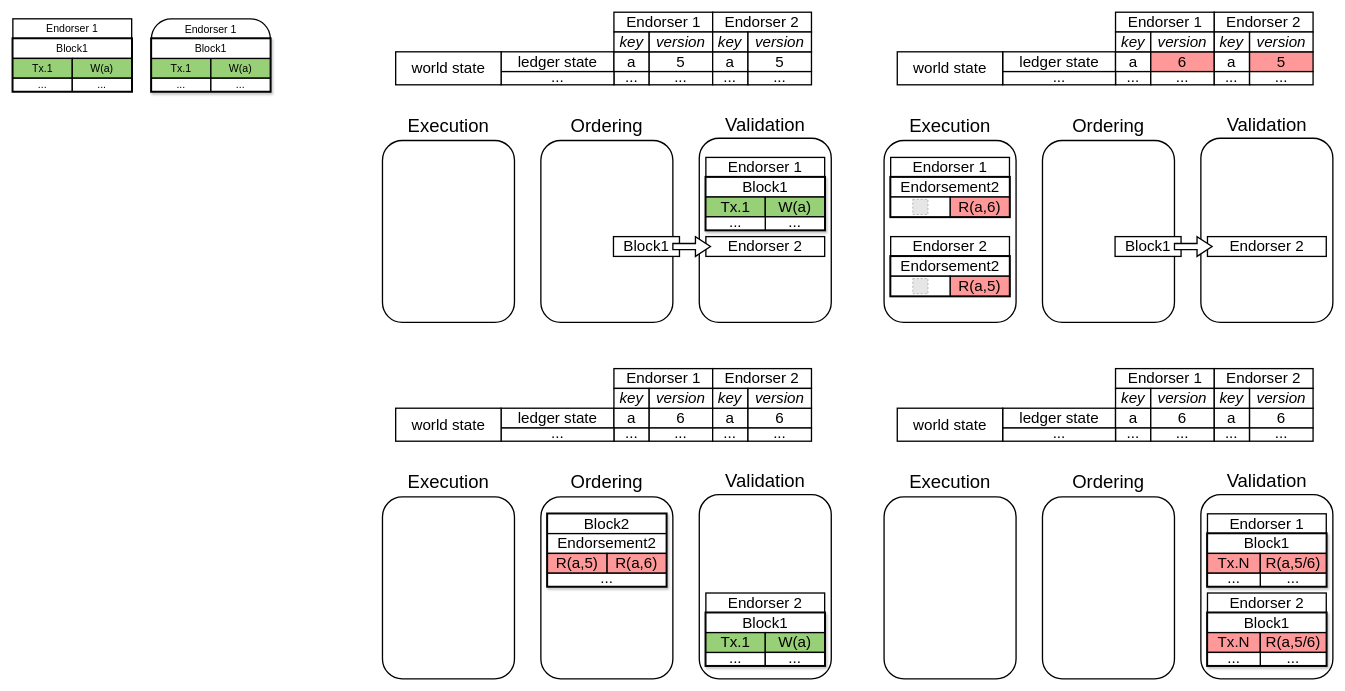
Before: page "Page-5" (5 of 5) of diagrams/EndorsementPolicyFailure.drawio in David-Sat/blockbench-setup, a draw.io diagram. Source tidied: cells renumbered, new cells numbered last; positions are measured from the earlier drawing's top-left corner, leaving out a move shared by most shapes. Both pictures are drawn from the tidied source at 66%, with x=0, y=0 at pixel (13, 12). Pictures stored in the file or linked from it are replaced by grey dashed boxes.
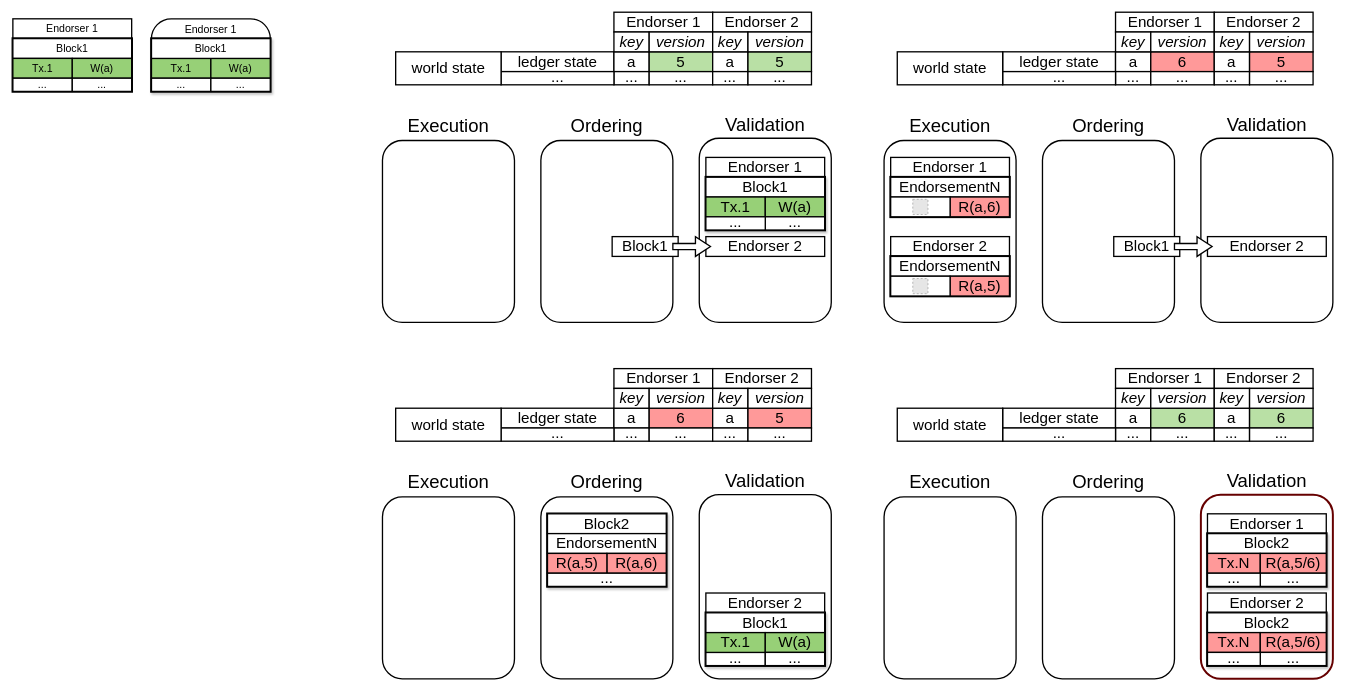
The same diagram, later.

Unchanged cells that the change refers to:
```xml
<mxCell id="28" style="group;fontSize=23;fontStyle=0;" parent="1" vertex="1">
  <mxGeometry x="800" y="160" width="240" height="310" as="geometry" />
</mxCell>
<mxCell id="43" style="group;fontSize=23;fontStyle=0;" parent="40" vertex="1">
  <mxGeometry x="-110" y="180" width="300" height="30" as="geometry" />
</mxCell>
<mxCell id="50" style="group;fontStyle=0;" parent="1" vertex="1">
  <mxGeometry x="590" width="620" height="110" as="geometry" />
</mxCell>
<mxCell id="89" style="group;fontSize=23;fontStyle=0;" parent="1" vertex="1">
  <mxGeometry x="800" y="700" width="250" height="310" as="geometry" />
</mxCell>
<mxCell id="98" style="group;fontStyle=0;" parent="1" vertex="1">
  <mxGeometry x="590" y="540" width="620" height="110" as="geometry" />
</mxCell>
<mxCell id="118" style="group;strokeColor=#000000;strokeWidth=4;fontStyle=0;" parent="116" vertex="1">
  <mxGeometry y="30" width="180" height="60" as="geometry" />
</mxCell>
<mxCell id="126" style="group;strokeColor=#000000;strokeWidth=4;fontStyle=0;" parent="124" vertex="1">
  <mxGeometry y="30" width="180" height="60" as="geometry" />
</mxCell>
<mxCell id="142" style="group;shadow=0;fontSize=23;fontStyle=0;" parent="1" vertex="1">
  <mxGeometry x="1800" y="700" width="200" height="310" as="geometry" />
</mxCell>
<mxCell id="147" style="group;strokeColor=#000000;strokeWidth=4;shadow=1;fontSize=23;fontStyle=0;" parent="145" vertex="1">
  <mxGeometry y="30" width="180" height="80" as="geometry" />
</mxCell>
<mxCell id="155" style="group;strokeColor=#000000;strokeWidth=4;shadow=1;fontSize=23;fontStyle=0;" parent="153" vertex="1">
  <mxGeometry y="30" width="180" height="80" as="geometry" />
</mxCell>
<mxCell id="167" style="group;fontStyle=0;" parent="1" vertex="1">
  <mxGeometry x="1350" y="540" width="620" height="110" as="geometry" />
</mxCell>
```

Change to the diagram source:
```diff
@@
     <mxCell id="30" value="Block1" style="rounded=0;whiteSpace=wrap;html=1;strokeWidth=2;fontSize=23;fontStyle=0;" parent="28" vertex="1">
-      <mxGeometry x="110" y="180" width="100" height="30" as="geometry" />
+      <mxGeometry x="108" y="180" width="100" height="30" as="geometry" />
     </mxCell>
@@
     <mxCell id="45" value="Block1" style="rounded=0;whiteSpace=wrap;html=1;strokeWidth=2;fontSize=23;fontStyle=0;" parent="43" vertex="1">
-      <mxGeometry x="-20" width="100" height="30" as="geometry" />
+      <mxGeometry x="-22" width="100" height="30" as="geometry" />
     </mxCell>
@@
-    <mxCell id="53" value="5" style="rounded=0;whiteSpace=wrap;html=1;strokeWidth=2;fontSize=23;fontStyle=0;" parent="50" vertex="1">
+    <mxCell id="53" value="5" style="rounded=0;whiteSpace=wrap;html=1;strokeWidth=2;fontSize=23;fontStyle=0;fillColor=#B9E0A5;" parent="50" vertex="1">
       <mxGeometry x="374.1" y="60" width="96.2" height="30" as="geometry" />
     </mxCell>
@@
-    <mxCell id="55" value="5" style="rounded=0;whiteSpace=wrap;html=1;strokeWidth=2;fontSize=23;fontStyle=0;" parent="50" vertex="1">
+    <mxCell id="55" value="5" style="rounded=0;whiteSpace=wrap;html=1;strokeWidth=2;fontSize=23;fontStyle=0;fillColor=#B9E0A5;" parent="50" vertex="1">
       <mxGeometry x="523.8" y="60" width="96.2" height="30" as="geometry" />
     </mxCell>
@@
-    <mxCell id="92" style="group;strokeWidth=4;strokeColor=#000000;shadow=1;" parent="89" vertex="1">
+    <mxCell id="92" style="group;strokeWidth=4;strokeColor=#000000;shadow=1;rounded=0;glass=0;sketch=0;" parent="89" vertex="1">
       <mxGeometry x="10" y="60" width="180" height="110" as="geometry" />
     </mxCell>
@@
-    <mxCell id="94" value="Endorsement2" style="rounded=0;whiteSpace=wrap;html=1;strokeWidth=2;fontSize=23;shadow=0;fontStyle=0;" parent="92" vertex="1">
+    <mxCell id="94" value="EndorsementN" style="rounded=0;whiteSpace=wrap;html=1;strokeWidth=2;fontSize=23;shadow=0;fontStyle=0;" parent="92" vertex="1">
       <mxGeometry y="30" width="180" height="30" as="geometry" />
     </mxCell>
@@
-    <mxCell id="101" value="6" style="rounded=0;whiteSpace=wrap;html=1;strokeWidth=2;fontSize=23;fontStyle=0;" parent="98" vertex="1">
+    <mxCell id="101" value="6" style="rounded=0;whiteSpace=wrap;html=1;strokeWidth=2;fontSize=23;fontStyle=0;fillColor=#FF9999;" parent="98" vertex="1">
       <mxGeometry x="374.1" y="60" width="96.2" height="30" as="geometry" />
     </mxCell>
@@
-    <mxCell id="103" value="6" style="rounded=0;whiteSpace=wrap;html=1;strokeWidth=2;fontSize=23;fontStyle=0;" parent="98" vertex="1">
+    <mxCell id="103" value="5" style="rounded=0;whiteSpace=wrap;html=1;strokeWidth=2;fontSize=23;fontStyle=0;fillColor=#FF9999;" parent="98" vertex="1">
       <mxGeometry x="523.8" y="60" width="96.2" height="30" as="geometry" />
     </mxCell>
@@
-    <mxCell id="119" value="Endorsement2" style="rounded=0;whiteSpace=wrap;html=1;strokeWidth=2;fontSize=23;shadow=0;fontStyle=0;" parent="118" vertex="1">
+    <mxCell id="119" value="EndorsementN" style="rounded=0;whiteSpace=wrap;html=1;strokeWidth=2;fontSize=23;shadow=0;fontStyle=0;" parent="118" vertex="1">
       <mxGeometry width="180" height="30" as="geometry" />
     </mxCell>
@@
-    <mxCell id="127" value="Endorsement2" style="rounded=0;whiteSpace=wrap;html=1;strokeWidth=2;fontSize=23;shadow=0;fontStyle=0;" parent="126" vertex="1">
+    <mxCell id="127" value="EndorsementN" style="rounded=0;whiteSpace=wrap;html=1;strokeWidth=2;fontSize=23;shadow=0;fontStyle=0;" parent="126" vertex="1">
       <mxGeometry width="180" height="30" as="geometry" />
     </mxCell>
@@
-    <mxCell id="143" style="rounded=1;whiteSpace=wrap;html=1;strokeWidth=2;fillColor=none;fontSize=23;fontStyle=0;" parent="142" vertex="1">
+    <mxCell id="143" style="rounded=1;whiteSpace=wrap;html=1;strokeWidth=3;fillColor=none;fontSize=23;fontStyle=0;strokeColor=#660000;" parent="142" vertex="1">
       <mxGeometry y="31" width="200" height="279" as="geometry" />
     </mxCell>
@@
-    <mxCell id="148" value="Block1" style="rounded=0;whiteSpace=wrap;html=1;strokeWidth=2;fontSize=23;fontStyle=0;" parent="147" vertex="1">
+    <mxCell id="148" value="Block2" style="rounded=0;whiteSpace=wrap;html=1;strokeWidth=2;fontSize=23;fontStyle=0;" parent="147" vertex="1">
       <mxGeometry width="180" height="30" as="geometry" />
     </mxCell>
@@
-    <mxCell id="156" value="Block1" style="rounded=0;whiteSpace=wrap;html=1;strokeWidth=2;fontSize=23;fontStyle=0;" parent="155" vertex="1">
+    <mxCell id="156" value="Block2" style="rounded=0;whiteSpace=wrap;html=1;strokeWidth=2;fontSize=23;fontStyle=0;" parent="155" vertex="1">
       <mxGeometry width="180" height="30" as="geometry" />
     </mxCell>
@@
-    <mxCell id="170" value="6" style="rounded=0;whiteSpace=wrap;html=1;strokeWidth=2;fontSize=23;fontStyle=0;" parent="167" vertex="1">
+    <mxCell id="170" value="6" style="rounded=0;whiteSpace=wrap;html=1;strokeWidth=2;fontSize=23;fontStyle=0;fillColor=#B9E0A5;" parent="167" vertex="1">
       <mxGeometry x="374.1" y="60" width="96.2" height="30" as="geometry" />
     </mxCell>
@@
-    <mxCell id="172" value="6" style="rounded=0;whiteSpace=wrap;html=1;strokeWidth=2;fontSize=23;fontStyle=0;" parent="167" vertex="1">
+    <mxCell id="172" value="6" style="rounded=0;whiteSpace=wrap;html=1;strokeWidth=2;fontSize=23;fontStyle=0;fillColor=#B9E0A5;" parent="167" vertex="1">
       <mxGeometry x="523.8" y="60" width="96.2" height="30" as="geometry" />
     </mxCell>
```
